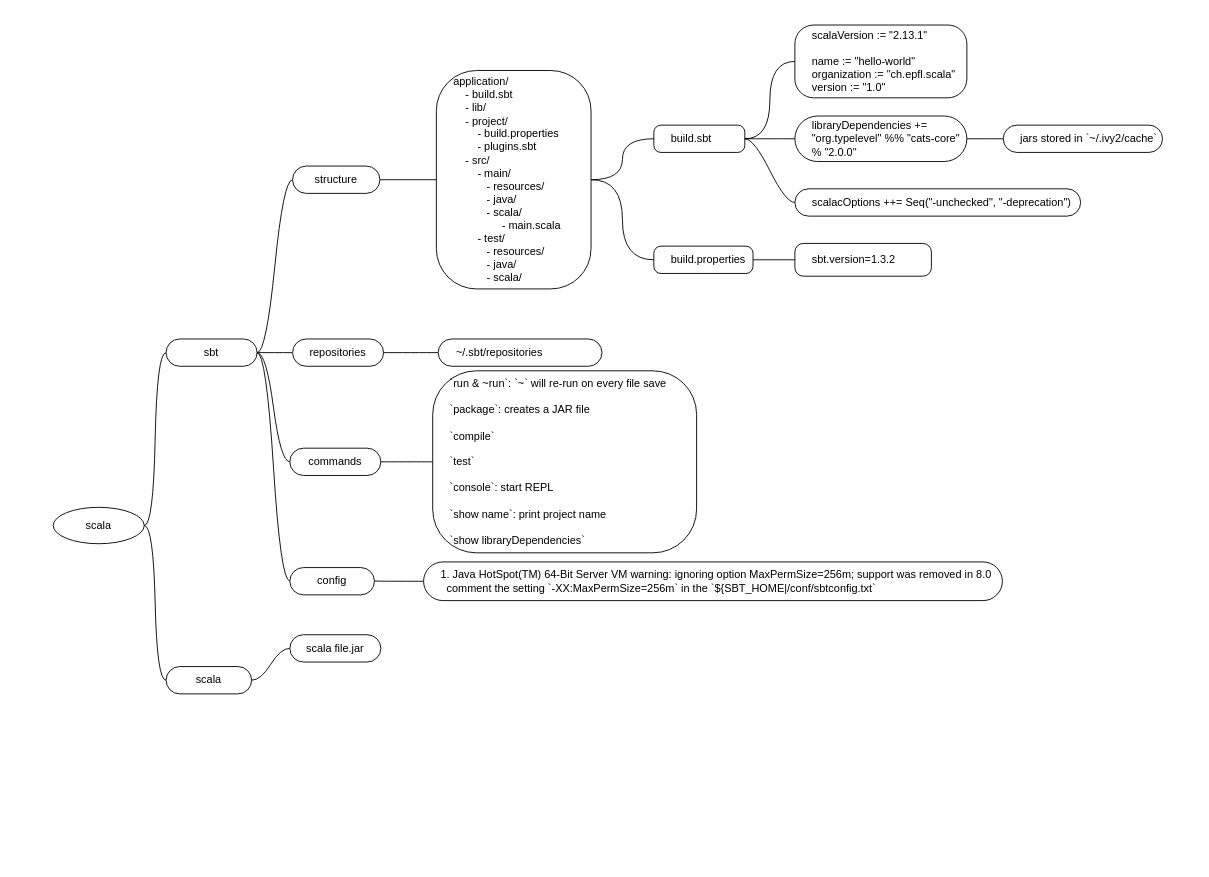
The draw.io diagram page "scala" (1 of 3) of scala/scala.drawio in yangdj/tf_docs, before the edit. Source tidied: cells renumbered, new cells numbered last; positions are measured from the earlier drawing's top-left corner, leaving out a move shared by most shapes. Both pictures are drawn from the tidied source at 91%, with x=0, y=0 at pixel (15, 15).
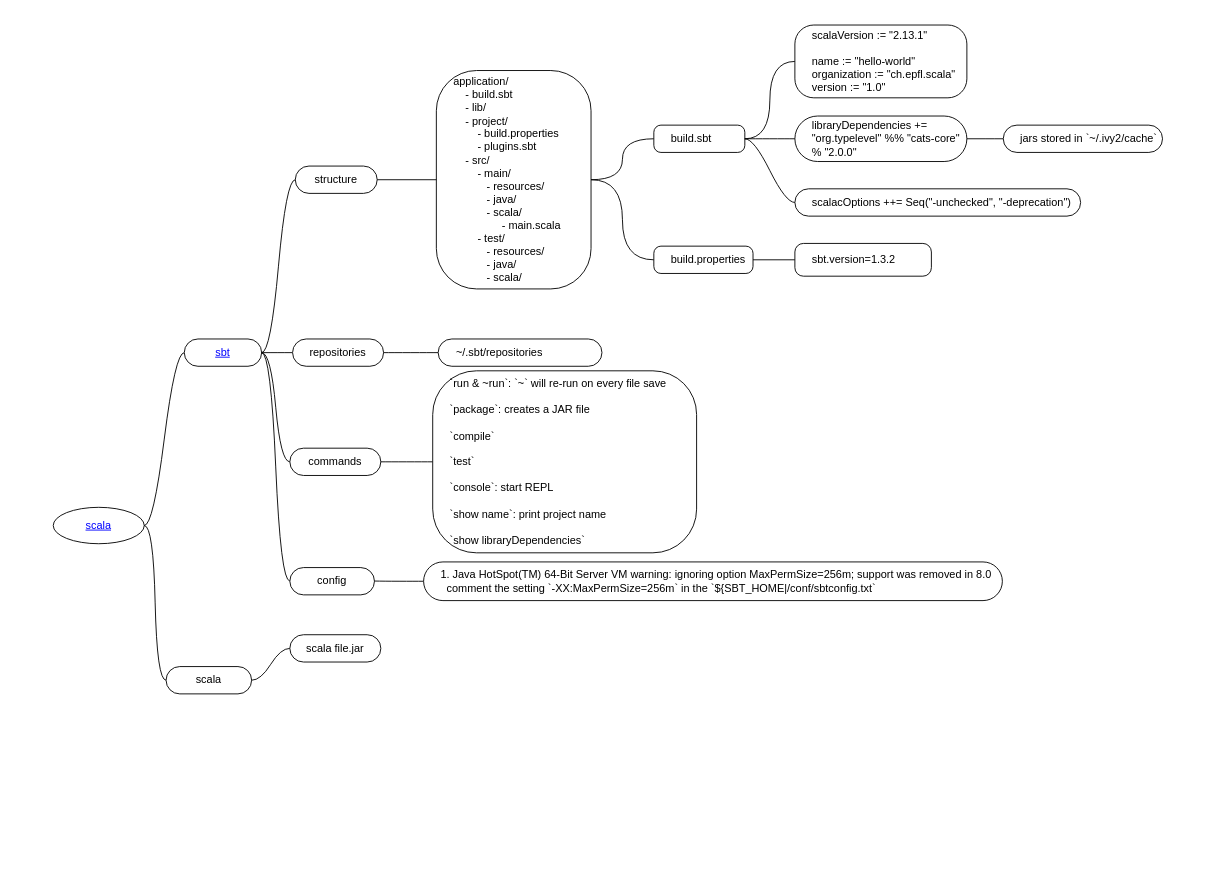
The same diagram, later.

Unchanged cells that the change refers to:
```xml
<mxCell id="2" style="swimlane;html=1;startSize=20;horizontal=1;containerType=tree;fillColor=none;strokeColor=none;spacingLeft=15;fixDash=0;backgroundOutline=0;rounded=1;align=left;verticalAlign=middle;" parent="1" vertex="1">
  <mxGeometry width="1295" height="930" as="geometry" />
</mxCell>
```

Diff of the diagram source:
```diff
@@
-    <mxCell id="3" value="scala" style="ellipse;whiteSpace=wrap;html=1;align=center;snapToPoint=1;fixDash=0;backgroundOutline=0;" parent="2" vertex="1">
+    <mxCell id="3" value="scala" style="ellipse;whiteSpace=wrap;html=1;align=center;snapToPoint=1;fixDash=0;backgroundOutline=0;fontStyle=4;fontColor=#0000FF;" parent="2" vertex="1">
       <mxGeometry x="41" y="540" width="100" height="40" as="geometry" />
     </mxCell>
@@
-    <mxCell id="5" value="sbt" style="whiteSpace=wrap;html=1;rounded=1;arcSize=50;align=center;verticalAlign=middle;strokeWidth=1;spacing=4;snapToPoint=1;fixDash=0;backgroundOutline=0;" parent="2" vertex="1">
-      <mxGeometry x="165" y="355" width="100" height="30" as="geometry" />
+    <mxCell id="5" value="sbt" style="whiteSpace=wrap;html=1;rounded=1;arcSize=50;align=center;verticalAlign=middle;strokeWidth=1;spacing=4;snapToPoint=1;fixDash=0;backgroundOutline=0;fontStyle=4;fontColor=#0000FF;" parent="2" vertex="1">
+      <mxGeometry x="185" y="355" width="85" height="30" as="geometry" />
     </mxCell>
@@
     <mxCell id="14" value="structure" style="whiteSpace=wrap;html=1;rounded=1;arcSize=50;align=center;verticalAlign=middle;strokeWidth=1;spacing=4;snapToPoint=1;fixDash=0;backgroundOutline=0;" parent="2" vertex="1">
-      <mxGeometry x="304" y="165" width="96" height="30" as="geometry" />
+      <mxGeometry x="307" y="165" width="90" height="30" as="geometry" />
     </mxCell>
```
